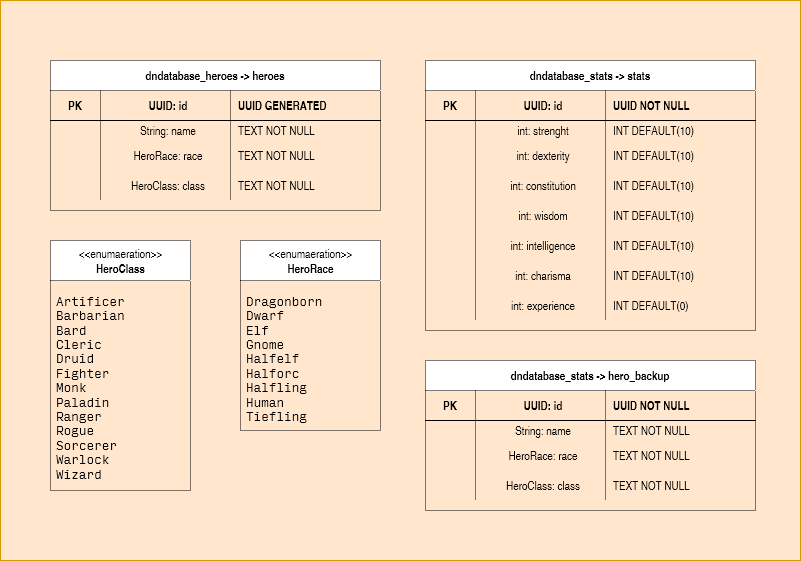
f-unre4l/DungeonsAndDatabases_Core keeps this draw.io diagram as Documents/DB_Diagram.png. Above is the earlier version. Source tidied: cells renumbered, new cells last; positions are measured from the earlier drawing's top-left corner, leaving out a move shared by most shapes.
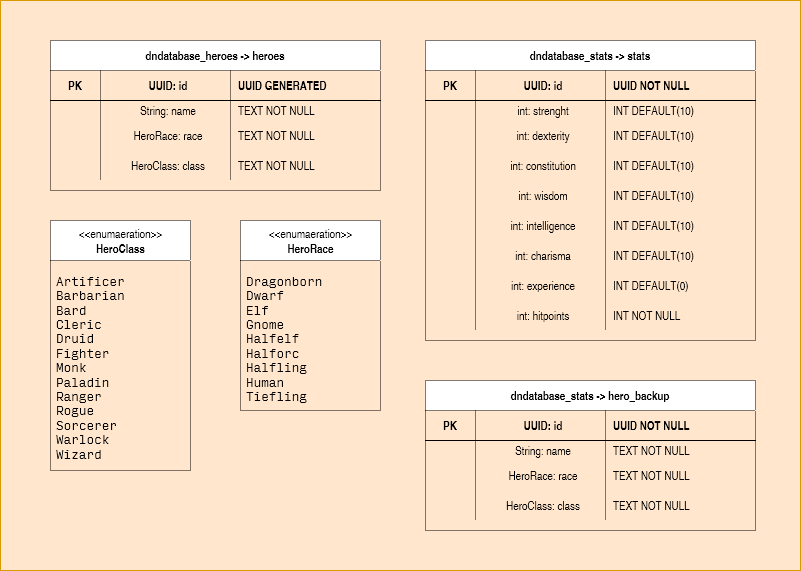
After the commit.

Commit message:
fixed diagram names

Diff of the diagram source:
```diff
@@ -3,7 +3,7 @@
     <mxCell id="0" />
     <mxCell id="1" parent="0" />
     <mxCell id="2" style="rounded=0;whiteSpace=wrap;html=1;fillColor=#ffe6cc;strokeColor=#d79b00;" parent="1" vertex="1">
-      <mxGeometry width="800" height="560" as="geometry" />
+      <mxGeometry y="20" width="800" height="570" as="geometry" />
     </mxCell>
     <mxCell id="3" value="dndatabase_heroes -&gt; heroes" style="shape=table;startSize=30;rowLines=0;fontStyle=1;align=center;dashed=1;dashPattern=1 1;fontColor=default;strokeColor=default;" parent="1" vertex="1">
       <mxGeometry x="50" y="60" width="330" height="150" as="geometry" />
@@ -69,7 +69,7 @@
       <mxGeometry y="40" width="140" height="150" as="geometry" />
     </mxCell>
     <mxCell id="24" value="dndatabase_stats -&gt; stats" style="shape=table;startSize=30;rowLines=0;fontStyle=1;align=center;dashed=1;dashPattern=1 1;fontColor=default;strokeColor=default;" parent="1" vertex="1">
-      <mxGeometry x="425" y="60" width="330" height="270" as="geometry" />
+      <mxGeometry x="425" y="60" width="330" height="300" as="geometry" />
     </mxCell>
     <mxCell id="25" style="shape=tableRow;horizontal=0;startSize=0;swimlaneHead=0;swimlaneBody=0;fillColor=none;top=0;left=0;right=0;bottom=1;dashed=1;dashPattern=1 1;fontColor=default;strokeColor=default;" parent="24" vertex="1">
       <mxGeometry y="30" width="330" height="30" as="geometry" />
@@ -167,8 +167,20 @@
     <mxCell id="56" value="INT DEFAULT(0)" style="shape=partialRectangle;fillColor=none;top=0;left=0;bottom=0;right=0;align=left;spacingLeft=6;overflow=hidden;dashed=1;dashPattern=1 1;fontColor=default;strokeColor=default;" parent="53" vertex="1">
       <mxGeometry x="180" width="150" height="30" as="geometry" />
     </mxCell>
+    <mxCell id="74" style="shape=tableRow;horizontal=0;startSize=0;swimlaneHead=0;swimlaneBody=0;fillColor=none;top=0;left=0;right=0;bottom=0;dashed=1;dashPattern=1 1;fontColor=default;strokeColor=default;" parent="24" vertex="1">
+      <mxGeometry y="260" width="330" height="30" as="geometry" />
+    </mxCell>
+    <mxCell id="75" style="shape=partialRectangle;fillColor=none;top=0;left=0;bottom=0;right=0;overflow=hidden;dashed=1;dashPattern=1 1;fontColor=default;strokeColor=default;" parent="74" vertex="1">
+      <mxGeometry width="50" height="30" as="geometry" />
+    </mxCell>
+    <mxCell id="76" value="int: hitpoints" style="shape=partialRectangle;fillColor=none;top=0;left=0;bottom=0;right=0;align=center;spacingLeft=6;overflow=hidden;dashed=1;dashPattern=1 1;fontColor=default;strokeColor=default;" parent="74" vertex="1">
+      <mxGeometry x="50" width="130" height="30" as="geometry" />
+    </mxCell>
+    <mxCell id="77" value="INT NOT NULL" style="shape=partialRectangle;fillColor=none;top=0;left=0;bottom=0;right=0;align=left;spacingLeft=6;overflow=hidden;dashed=1;dashPattern=1 1;fontColor=default;strokeColor=default;" parent="74" vertex="1">
+      <mxGeometry x="180" width="150" height="30" as="geometry" />
+    </mxCell>
     <mxCell id="57" value="dndatabase_stats -&gt; hero_backup" style="shape=table;startSize=30;rowLines=0;fontStyle=1;align=center;dashed=1;dashPattern=1 1;fontColor=default;strokeColor=default;" parent="1" vertex="1">
-      <mxGeometry x="425" y="360" width="330" height="150" as="geometry" />
+      <mxGeometry x="425" y="400" width="330" height="150" as="geometry" />
     </mxCell>
     <mxCell id="58" style="shape=tableRow;horizontal=0;startSize=0;swimlaneHead=0;swimlaneBody=0;fillColor=none;top=0;left=0;right=0;bottom=1;dashed=1;dashPattern=1 1;fontColor=default;strokeColor=default;" parent="57" vertex="1">
       <mxGeometry y="30" width="330" height="30" as="geometry" />
```
